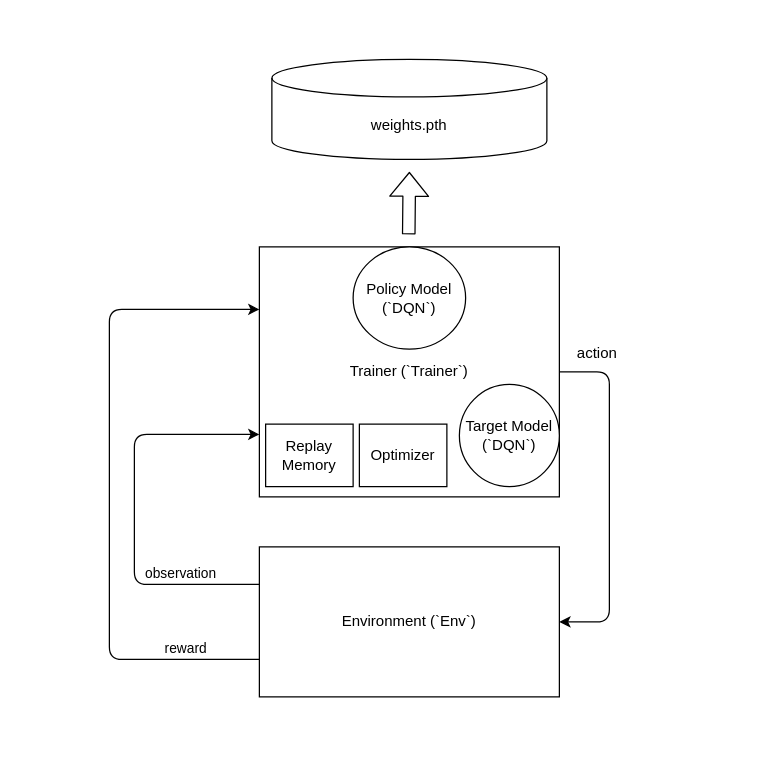
Before: data/system_train.dio in chaseruskin/lunar-lander, a draw.io diagram. Source tidied: cells renumbered, new cells numbered last; positions are measured from the earlier drawing's top-left corner, leaving out a move shared by most shapes. Both pictures are drawn from the tidied source at 125%, with x=0, y=0 at pixel (109, 59).
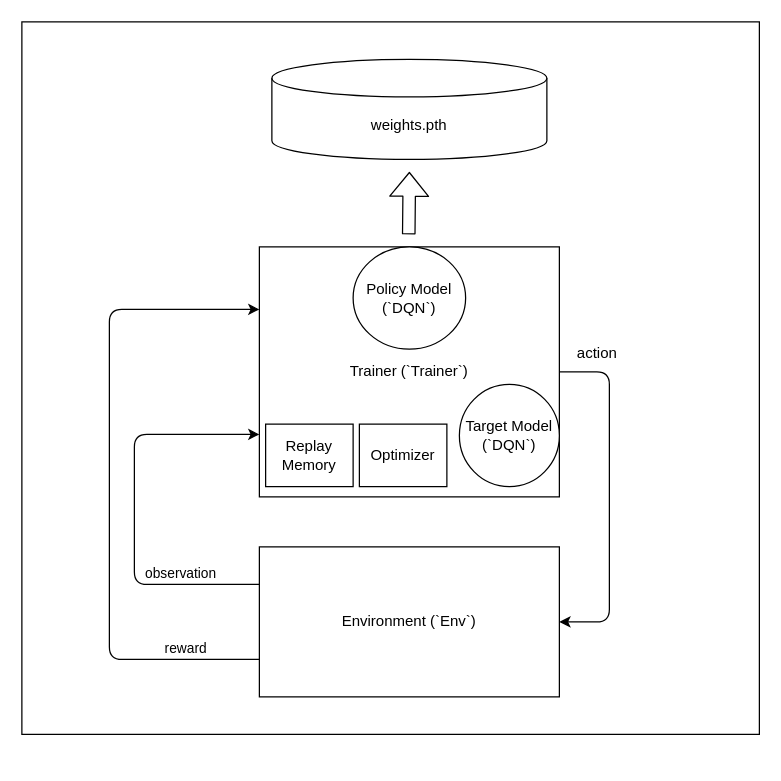
The same diagram, later.

The edit, as a diff of the source:
```diff
@@
+    <mxCell id="17" style="rounded=0;whiteSpace=wrap;html=1;" parent="1" vertex="1">
+      <mxGeometry x="-70" y="-30" width="590" height="570" as="geometry" />
+    </mxCell>
@@
     <mxCell id="3" style="group;" parent="1" vertex="1">
-      <mxGeometry x="120" y="150" width="250" height="200" as="geometry" />
+      <mxGeometry x="120" y="150" width="370" height="410" as="geometry" />
     </mxCell>
```
